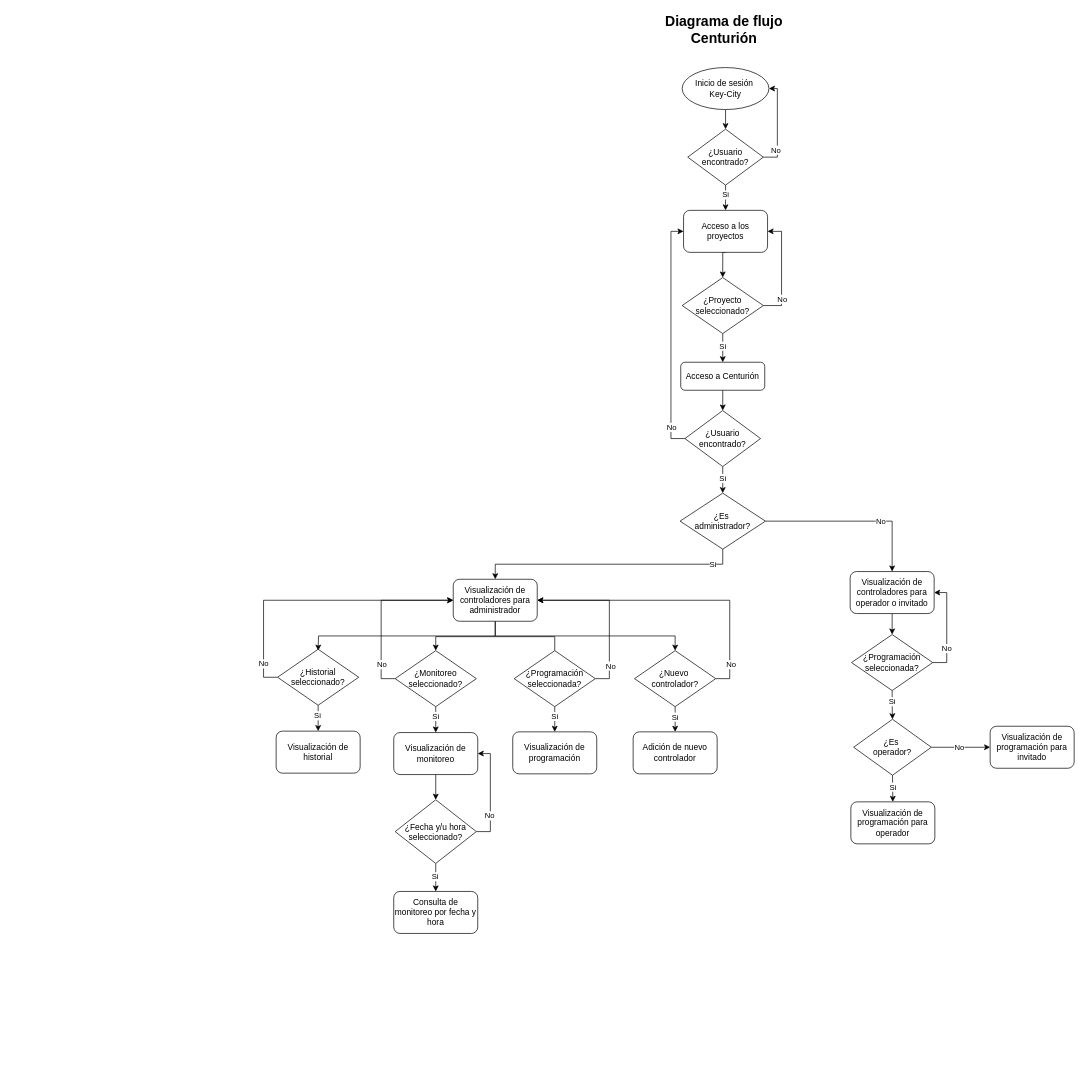
The draw.io diagram DiagramaFlujocen.drawio in ChirinosM/Prueba, before the edit. Source tidied: cells renumbered, new cells numbered last; positions are measured from the earlier drawing's top-left corner, leaving out a move shared by most shapes. Both pictures are drawn from the tidied source at 70%, with x=0, y=0 at pixel (276, 18).
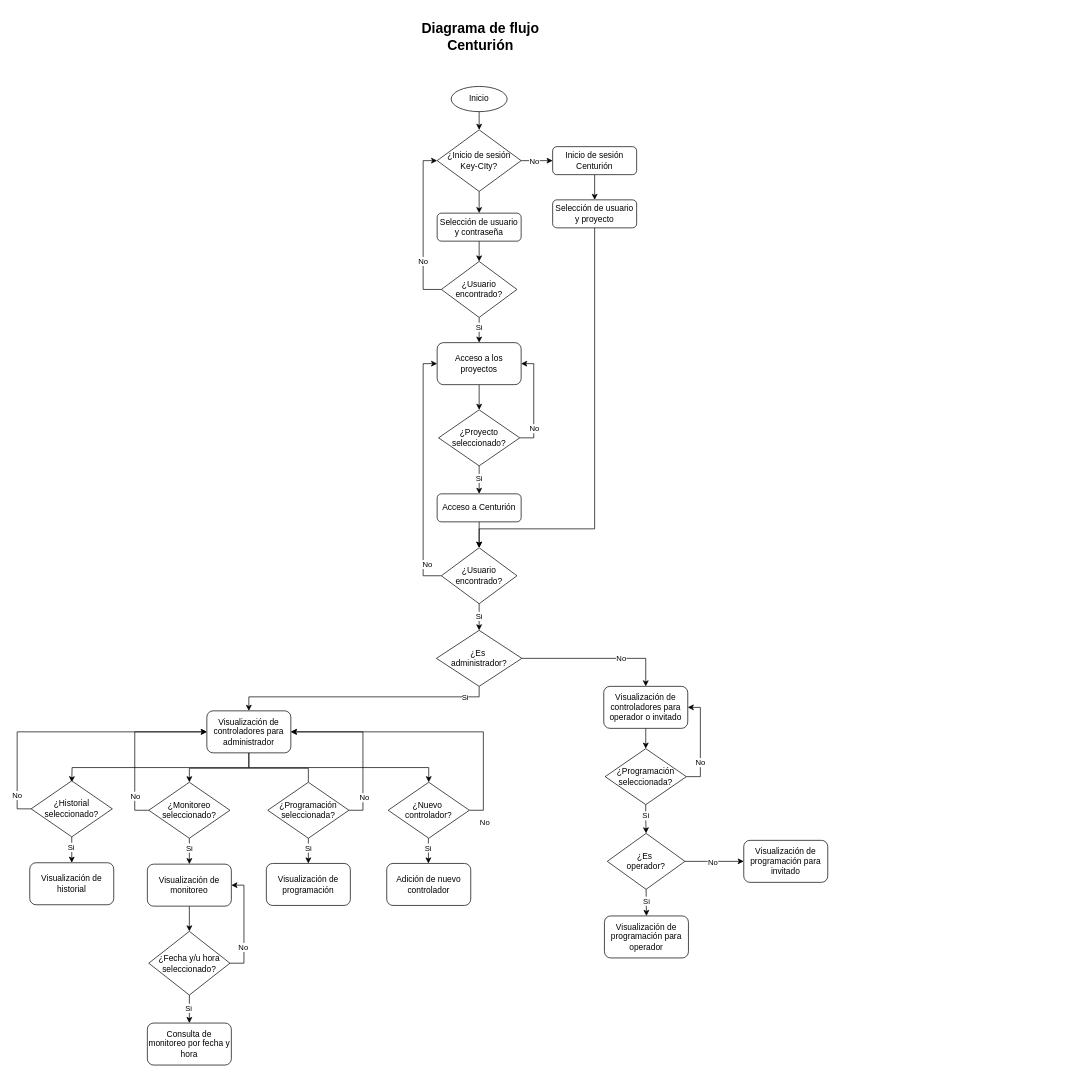
The same page after the edit.

Unchanged cells that the change refers to:
```xml
<mxCell id="30" style="edgeStyle=orthogonalEdgeStyle;rounded=0;jettySize=auto;html=1;exitX=0.5;exitY=1;exitDx=0;exitDy=0;entryX=0.5;entryY=0;entryDx=0;entryDy=0;" parent="1" edge="1" source="32" target="60">
  <mxGeometry relative="1" as="geometry" />
</mxCell>
<mxCell id="50" style="edgeStyle=orthogonalEdgeStyle;rounded=0;jettySize=auto;html=1;exitX=1;exitY=0.5;exitDx=0;exitDy=0;entryX=1;entryY=0.5;entryDx=0;entryDy=0;" parent="1" edge="1" source="52" target="6">
  <mxGeometry relative="1" as="geometry" />
</mxCell>
```

Diff of the diagram source:
```diff
@@
     <mxCell id="2" value="Diagrama de flujo&lt;div style=&quot;font-size: 20px;&quot;&gt;Centurión&lt;/div&gt;" style="text;html=1;align=center;verticalAlign=middle;whiteSpace=wrap;rounded=0;fontStyle=1;fontSize=20;" parent="1" vertex="1">
-      <mxGeometry x="540" width="200" height="30" as="geometry" />
+      <mxGeometry x="192" y="10" width="200" height="30" as="geometry" />
     </mxCell>
     <mxCell id="3" style="edgeStyle=orthogonalEdgeStyle;rounded=0;jettySize=auto;html=1;exitX=0.5;exitY=1;exitDx=0;exitDy=0;" parent="1" edge="1" source="6">
       <mxGeometry relative="1" as="geometry">
-        <mxPoint x="60" y="903" as="targetPoint" />
+        <mxPoint x="-292" y="1091" as="targetPoint" />
       </mxGeometry>
     </mxCell>
@@
     <mxCell id="6" value="Visualización de controladores para administrador" style="rounded=1;whiteSpace=wrap;html=1;" parent="1" vertex="1">
-      <mxGeometry x="253" y="801" width="120" height="60" as="geometry" />
+      <mxGeometry x="-99" y="989" width="120" height="60" as="geometry" />
     </mxCell>
     <mxCell id="7" value="Visualización de historial" style="rounded=1;whiteSpace=wrap;html=1;" parent="1" vertex="1">
-      <mxGeometry y="1018" width="120" height="60" as="geometry" />
+      <mxGeometry x="-352" y="1206" width="120" height="60" as="geometry" />
     </mxCell>
@@
     <mxCell id="9" value="Visualización de monitoreo" style="rounded=1;whiteSpace=wrap;html=1;" parent="1" vertex="1">
-      <mxGeometry x="168" y="1020" width="120" height="60" as="geometry" />
+      <mxGeometry x="-184" y="1208" width="120" height="60" as="geometry" />
     </mxCell>
     <mxCell id="10" value="Adición de nuevo controlador" style="rounded=1;whiteSpace=wrap;html=1;" parent="1" vertex="1">
-      <mxGeometry x="510" y="1019" width="120" height="60" as="geometry" />
+      <mxGeometry x="158" y="1207" width="120" height="60" as="geometry" />
     </mxCell>
     <mxCell id="11" value="Consulta de monitoreo por fecha y hora" style="rounded=1;whiteSpace=wrap;html=1;" parent="1" vertex="1">
-      <mxGeometry x="168" y="1247" width="120" height="60" as="geometry" />
+      <mxGeometry x="-184" y="1435" width="120" height="60" as="geometry" />
     </mxCell>
-    <mxCell id="12" style="edgeStyle=orthogonalEdgeStyle;rounded=0;jettySize=auto;html=1;exitX=0.5;exitY=1;exitDx=0;exitDy=0;entryX=0.5;entryY=0;entryDx=0;entryDy=0;" parent="1" edge="1" source="13" target="18">
-      <mxGeometry relative="1" as="geometry" />
-    </mxCell>
-    <mxCell id="13" value="Inicio de sesión&amp;nbsp;&lt;div&gt;Key-City&lt;/div&gt;" style="ellipse;whiteSpace=wrap;html=1;" parent="1" vertex="1">
-      <mxGeometry x="580" y="70" width="124" height="60" as="geometry" />
-    </mxCell>
-    <mxCell id="14" style="edgeStyle=orthogonalEdgeStyle;rounded=0;jettySize=auto;html=1;exitX=1;exitY=0.5;exitDx=0;exitDy=0;entryX=1;entryY=0.5;entryDx=0;entryDy=0;" parent="1" edge="1" source="18" target="13">
-      <mxGeometry relative="1" as="geometry" />
-    </mxCell>
-    <mxCell id="15" value="No" style="edgeLabel;html=1;align=center;verticalAlign=middle;" parent="14" vertex="1">
-      <mxGeometry x="-0.42" y="3" relative="1" as="geometry">
-        <mxPoint y="7" as="offset" />
-      </mxGeometry>
-    </mxCell>
@@
+    <mxCell id="78" style="edgeStyle=orthogonalEdgeStyle;rounded=0;jettySize=auto;html=1;exitX=0;exitY=0.5;exitDx=0;exitDy=0;entryX=0;entryY=0.5;entryDx=0;entryDy=0;" parent="1" edge="1" source="18" target="86">
+      <mxGeometry relative="1" as="geometry" />
+    </mxCell>
+    <mxCell id="79" value="No" style="edgeLabel;html=1;align=center;verticalAlign=middle;" parent="78" vertex="1">
+      <mxGeometry x="-0.42" y="1" relative="1" as="geometry" />
+    </mxCell>
     <mxCell id="18" value="¿Usuario encontrado?" style="rhombus;whiteSpace=wrap;html=1;" parent="1" vertex="1">
-      <mxGeometry x="588" y="158" width="108" height="80" as="geometry" />
+      <mxGeometry x="236" y="347" width="108" height="80" as="geometry" />
     </mxCell>
@@
     <mxCell id="20" value="Acceso a los proyectos" style="rounded=1;whiteSpace=wrap;html=1;" parent="1" vertex="1">
-      <mxGeometry x="582" y="274" width="120" height="60" as="geometry" />
+      <mxGeometry x="230" y="463" width="120" height="60" as="geometry" />
     </mxCell>
@@
-    <mxCell id="23" style="edgeStyle=orthogonalEdgeStyle;rounded=0;jettySize=auto;html=1;exitX=0.5;exitY=1;exitDx=0;exitDy=0;" parent="1" edge="1" source="25" target="27">
+    <mxCell id="23" style="edgeStyle=orthogonalEdgeStyle;rounded=0;jettySize=auto;html=1;exitX=0.5;exitY=1;exitDx=0;exitDy=0;entryX=0.5;entryY=0;entryDx=0;entryDy=0;" parent="1" edge="1" source="25" target="27">
       <mxGeometry relative="1" as="geometry" />
     </mxCell>
@@
     <mxCell id="25" value="¿Proyecto seleccionado?" style="rhombus;whiteSpace=wrap;html=1;" parent="1" vertex="1">
-      <mxGeometry x="580" y="370" width="116" height="80" as="geometry" />
+      <mxGeometry x="232" y="559" width="116" height="80" as="geometry" />
     </mxCell>
@@
     <mxCell id="27" value="Acceso a Centurión" style="rounded=1;whiteSpace=wrap;html=1;" parent="1" vertex="1">
-      <mxGeometry x="578" y="491" width="120" height="40" as="geometry" />
+      <mxGeometry x="230" y="679" width="120" height="40" as="geometry" />
     </mxCell>
@@
-    <mxCell id="31" value="Si" style="edgeLabel;html=1;align=center;verticalAlign=middle;" parent="30" vertex="1">
-      <mxGeometry x="-0.22" y="2" relative="1" as="geometry">
-        <mxPoint x="-3" y="1" as="offset" />
-      </mxGeometry>
-    </mxCell>
+    <mxCell id="80" value="Si" style="edgeLabel;html=1;align=center;verticalAlign=middle;" parent="30" vertex="1">
+      <mxGeometry x="-0.08" y="-3" relative="1" as="geometry">
+        <mxPoint x="2" as="offset" />
+      </mxGeometry>
+    </mxCell>
     <mxCell id="32" value="¿Usuario encontrado?" style="rhombus;whiteSpace=wrap;html=1;" parent="1" vertex="1">
-      <mxGeometry x="584" y="560" width="108" height="80" as="geometry" />
+      <mxGeometry x="236" y="756" width="108" height="80" as="geometry" />
     </mxCell>
@@
     <mxCell id="37" value="¿Historial seleccionado?" style="rhombus;whiteSpace=wrap;html=1;" parent="1" vertex="1">
-      <mxGeometry x="2" y="901" width="116" height="80" as="geometry" />
+      <mxGeometry x="-350" y="1089" width="116" height="80" as="geometry" />
     </mxCell>
@@
     <mxCell id="42" value="¿Monitoreo seleccionado?" style="rhombus;whiteSpace=wrap;html=1;" parent="1" vertex="1">
-      <mxGeometry x="170" y="903" width="116" height="80" as="geometry" />
+      <mxGeometry x="-182" y="1091" width="116" height="80" as="geometry" />
     </mxCell>
@@
     <mxCell id="47" value="¿Programación seleccionada?" style="rhombus;whiteSpace=wrap;html=1;" parent="1" vertex="1">
-      <mxGeometry x="340" y="903" width="116" height="80" as="geometry" />
+      <mxGeometry x="-12" y="1091" width="116" height="80" as="geometry" />
     </mxCell>
-    <mxCell id="48" style="edgeStyle=orthogonalEdgeStyle;rounded=0;jettySize=auto;html=1;exitX=0.5;exitY=1;exitDx=0;exitDy=0;entryX=0.5;entryY=0;entryDx=0;entryDy=0;" parent="1" edge="1" source="52" target="10">
-      <mxGeometry relative="1" as="geometry" />
+    <mxCell id="48" style="edgeStyle=orthogonalEdgeStyle;rounded=0;orthogonalLoop=1;jettySize=auto;html=1;exitX=0.5;exitY=1;exitDx=0;exitDy=0;entryX=0.5;entryY=0;entryDx=0;entryDy=0;" parent="1" edge="1">
+      <mxGeometry relative="1" as="geometry">
+        <mxPoint x="217.5" y="1171" as="sourcePoint" />
+        <mxPoint x="217.5" y="1207" as="targetPoint" />
+      </mxGeometry>
     </mxCell>
-    <mxCell id="49" value="Si" style="edgeLabel;html=1;align=center;verticalAlign=middle;" parent="48" vertex="1">
-      <mxGeometry x="-0.23" y="-1" relative="1" as="geometry" />
-    </mxCell>
+    <mxCell id="81" value="Si" style="edgeLabel;html=1;align=center;verticalAlign=middle;" parent="48" vertex="1">
+      <mxGeometry x="-0.29" y="2" relative="1" as="geometry">
+        <mxPoint x="-3" as="offset" />
+      </mxGeometry>
+    </mxCell>
@@
     <mxCell id="51" value="No" style="edgeLabel;html=1;align=center;verticalAlign=middle;" parent="50" vertex="1">
-      <mxGeometry x="-0.8" y="-1" relative="1" as="geometry" />
+      <mxGeometry x="-0.8" y="-1" relative="1" as="geometry">
+        <mxPoint y="38" as="offset" />
+      </mxGeometry>
     </mxCell>
     <mxCell id="52" value="¿Nuevo&amp;nbsp;&lt;div&gt;controlador?&lt;/div&gt;" style="rhombus;whiteSpace=wrap;html=1;" parent="1" vertex="1">
-      <mxGeometry x="512" y="903" width="116" height="80" as="geometry" />
+      <mxGeometry x="160" y="1091" width="116" height="80" as="geometry" />
     </mxCell>
     <mxCell id="53" value="Visualización de programación" style="rounded=1;whiteSpace=wrap;html=1;" parent="1" vertex="1">
-      <mxGeometry x="338" y="1019" width="120" height="60" as="geometry" />
+      <mxGeometry x="-14" y="1207" width="120" height="60" as="geometry" />
     </mxCell>
-    <mxCell id="54" style="edgeStyle=orthogonalEdgeStyle;rounded=0;jettySize=auto;html=1;exitX=0.5;exitY=1;exitDx=0;exitDy=0;entryX=0.5;entryY=0;entryDx=0;entryDy=0;" parent="1" edge="1" source="55" target="65">
-      <mxGeometry relative="1" as="geometry" />
+    <mxCell id="54" style="edgeStyle=orthogonalEdgeStyle;rounded=0;orthogonalLoop=1;jettySize=auto;html=1;exitX=0.5;exitY=1;exitDx=0;exitDy=0;entryX=0.5;entryY=0;entryDx=0;entryDy=0;" parent="1" edge="1">
+      <mxGeometry relative="1" as="geometry">
+        <mxPoint x="528" y="1058" as="sourcePoint" />
+        <mxPoint x="528" y="1088" as="targetPoint" />
+      </mxGeometry>
     </mxCell>
+    <mxCell id="82" style="edgeStyle=orthogonalEdgeStyle;rounded=0;jettySize=auto;html=1;exitX=0.5;exitY=1;exitDx=0;exitDy=0;entryX=0.5;entryY=0;entryDx=0;entryDy=0;" parent="1" edge="1" source="55" target="65">
+      <mxGeometry relative="1" as="geometry" />
+    </mxCell>
     <mxCell id="55" value="Visualización de controladores para operador o invitado" style="rounded=1;whiteSpace=wrap;html=1;" parent="1" vertex="1">
-      <mxGeometry x="820" y="790" width="120" height="60" as="geometry" />
+      <mxGeometry x="468" y="954" width="120" height="60" as="geometry" />
     </mxCell>
-    <mxCell id="56" style="edgeStyle=orthogonalEdgeStyle;rounded=0;jettySize=auto;html=1;exitX=0.5;exitY=1;exitDx=0;exitDy=0;entryX=0.5;entryY=0;entryDx=0;entryDy=0;" parent="1" edge="1" source="60" target="6">
-      <mxGeometry relative="1" as="geometry" />
+    <mxCell id="56" style="edgeStyle=orthogonalEdgeStyle;rounded=0;jettySize=auto;html=1;exitX=0.5;exitY=1;exitDx=0;exitDy=0;entryX=0.5;entryY=0;entryDx=0;entryDy=0;" parent="1" edge="1" target="6">
+      <mxGeometry relative="1" as="geometry">
+        <mxPoint x="290" y="954" as="sourcePoint" />
+        <Array as="points">
+          <mxPoint x="290" y="969" />
+          <mxPoint x="-39" y="969" />
+        </Array>
+      </mxGeometry>
     </mxCell>
@@
     <mxCell id="60" value="¿Es&amp;nbsp;&lt;div&gt;administrador?&lt;/div&gt;" style="rhombus;whiteSpace=wrap;html=1;" parent="1" vertex="1">
-      <mxGeometry x="577" y="678" width="122" height="80" as="geometry" />
+      <mxGeometry x="229" y="874" width="122" height="80" as="geometry" />
     </mxCell>
@@
     <mxCell id="65" value="¿Programación seleccionada?" style="rhombus;whiteSpace=wrap;html=1;" parent="1" vertex="1">
-      <mxGeometry x="822" y="880" width="116" height="80" as="geometry" />
+      <mxGeometry x="470" y="1043" width="116" height="80" as="geometry" />
     </mxCell>
     <mxCell id="66" value="Visualización de programación para operador" style="rounded=1;whiteSpace=wrap;html=1;" parent="1" vertex="1">
-      <mxGeometry x="821" y="1119" width="120" height="60" as="geometry" />
+      <mxGeometry x="469" y="1282" width="120" height="60" as="geometry" />
     </mxCell>
@@
     <mxCell id="71" value="¿Es&amp;nbsp;&lt;div&gt;operador?&lt;/div&gt;" style="rhombus;whiteSpace=wrap;html=1;" parent="1" vertex="1">
-      <mxGeometry x="825" y="1001" width="111" height="80" as="geometry" />
+      <mxGeometry x="473" y="1164" width="111" height="80" as="geometry" />
     </mxCell>
     <mxCell id="72" value="Visualización de programación para invitado" style="rounded=1;whiteSpace=wrap;html=1;" parent="1" vertex="1">
-      <mxGeometry x="1020" y="1011" width="120" height="60" as="geometry" />
+      <mxGeometry x="668" y="1174" width="120" height="60" as="geometry" />
     </mxCell>
@@
     <mxCell id="77" value="¿Fecha y/u hora seleccionado?" style="rhombus;whiteSpace=wrap;html=1;" parent="1" vertex="1">
-      <mxGeometry x="170" y="1116" width="116" height="91" as="geometry" />
+      <mxGeometry x="-182" y="1304" width="116" height="91" as="geometry" />
     </mxCell>
+    <mxCell id="83" style="edgeStyle=orthogonalEdgeStyle;rounded=0;jettySize=auto;html=1;exitX=1;exitY=0.5;exitDx=0;exitDy=0;" parent="1" edge="1" source="86">
+      <mxGeometry relative="1" as="geometry">
+        <mxPoint x="395" y="203" as="targetPoint" />
+      </mxGeometry>
+    </mxCell>
+    <mxCell id="84" value="No" style="edgeLabel;html=1;align=center;verticalAlign=middle;" parent="83" vertex="1">
+      <mxGeometry x="-0.62" y="-3" relative="1" as="geometry">
+        <mxPoint x="9" y="-3" as="offset" />
+      </mxGeometry>
+    </mxCell>
+    <mxCell id="85" style="edgeStyle=orthogonalEdgeStyle;rounded=0;jettySize=auto;html=1;exitX=0.5;exitY=1;exitDx=0;exitDy=0;entryX=0.5;entryY=0;entryDx=0;entryDy=0;" parent="1" edge="1" source="86" target="91">
+      <mxGeometry relative="1" as="geometry" />
+    </mxCell>
+    <mxCell id="86" value="¿Inicio de sesión Key-CIty?" style="rhombus;whiteSpace=wrap;html=1;" parent="1" vertex="1">
+      <mxGeometry x="230" y="159" width="120" height="88" as="geometry" />
+    </mxCell>
+    <mxCell id="87" style="edgeStyle=orthogonalEdgeStyle;rounded=0;jettySize=auto;html=1;exitX=0.5;exitY=1;exitDx=0;exitDy=0;entryX=0.5;entryY=0;entryDx=0;entryDy=0;" parent="1" edge="1" source="94" target="89">
+      <mxGeometry relative="1" as="geometry" />
+    </mxCell>
+    <mxCell id="88" style="edgeStyle=orthogonalEdgeStyle;rounded=0;jettySize=auto;html=1;exitX=0.5;exitY=1;exitDx=0;exitDy=0;entryX=0.5;entryY=0;entryDx=0;entryDy=0;" parent="1" edge="1" source="89" target="32">
+      <mxGeometry relative="1" as="geometry">
+        <Array as="points">
+          <mxPoint x="455" y="729" />
+          <mxPoint x="290" y="729" />
+        </Array>
+      </mxGeometry>
+    </mxCell>
+    <mxCell id="89" value="Selección de usuario y proyecto" style="rounded=1;whiteSpace=wrap;html=1;" parent="1" vertex="1">
+      <mxGeometry x="395" y="259" width="120" height="40" as="geometry" />
+    </mxCell>
+    <mxCell id="90" style="edgeStyle=orthogonalEdgeStyle;rounded=0;jettySize=auto;html=1;exitX=0.5;exitY=1;exitDx=0;exitDy=0;entryX=0.5;entryY=0;entryDx=0;entryDy=0;" parent="1" edge="1" source="91" target="18">
+      <mxGeometry relative="1" as="geometry" />
+    </mxCell>
+    <mxCell id="91" value="Selección de usuario y contraseña" style="rounded=1;whiteSpace=wrap;html=1;" parent="1" vertex="1">
+      <mxGeometry x="230" y="278" width="120" height="40" as="geometry" />
+    </mxCell>
+    <mxCell id="92" style="edgeStyle=orthogonalEdgeStyle;rounded=0;jettySize=auto;html=1;exitX=0.5;exitY=1;exitDx=0;exitDy=0;entryX=0.5;entryY=0;entryDx=0;entryDy=0;" parent="1" edge="1" source="93" target="86">
+      <mxGeometry relative="1" as="geometry">
+        <Array as="points">
+          <mxPoint x="290" y="130" />
+          <mxPoint x="290" y="130" />
+        </Array>
+      </mxGeometry>
+    </mxCell>
+    <mxCell id="93" value="Inicio" style="ellipse;whiteSpace=wrap;html=1;" parent="1" vertex="1">
+      <mxGeometry x="250" y="97" width="80" height="36" as="geometry" />
+    </mxCell>
+    <mxCell id="94" value="Inicio de sesión&lt;div&gt;Centurión&lt;/div&gt;" style="rounded=1;whiteSpace=wrap;html=1;" parent="1" vertex="1">
+      <mxGeometry x="395" y="183" width="120" height="40" as="geometry" />
+    </mxCell>
```
